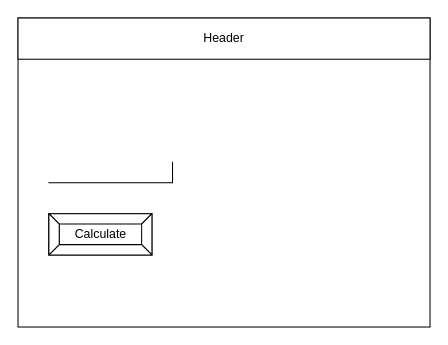
This is design/story-board.drawio from Liya-Getachew/ICS2O-Unit6-03-JSON, a draw.io file, before an edit. Source tidied: cells renumbered, new cells numbered last; positions are measured from the earlier drawing's top-left corner, leaving out a move shared by most shapes. Both pictures are drawn from the tidied source at 103%, with x=0, y=0 at pixel (18, 18).
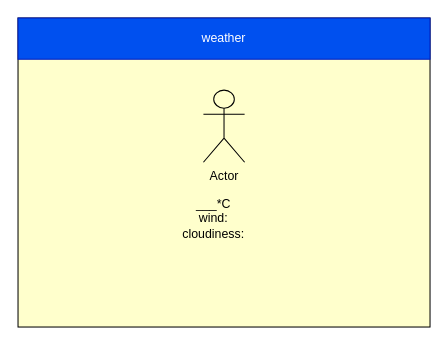
The same diagram, later.

Commit message (it also covers changes not shown here):
board and bg colour

The edit, as a diff of the source:
```diff
@@
 <mxGraphModel>
   <root>
     <mxCell id="0" />
     <mxCell id="1" parent="0" />
-    <mxCell id="2" style="rounded=0;whiteSpace=wrap;html=1;" parent="1" vertex="1">
+    <mxCell id="2" style="rounded=0;whiteSpace=wrap;html=1;fillColor=#FFFFCC;" parent="1" vertex="1">
       <mxGeometry width="400" height="300" as="geometry" />
     </mxCell>
-    <mxCell id="3" value="Header" style="rounded=0;whiteSpace=wrap;html=1;" parent="1" vertex="1">
+    <mxCell id="3" value="weather" style="rounded=0;whiteSpace=wrap;html=1;fillColor=#0050ef;fontColor=#ffffff;strokeColor=#001DBC;" parent="1" vertex="1">
       <mxGeometry width="400" height="40" as="geometry" />
     </mxCell>
-    <mxCell id="4" style="shape=partialRectangle;whiteSpace=wrap;html=1;top=0;left=0;fillColor=none;" parent="1" vertex="1">
-      <mxGeometry x="30" y="140" width="120" height="20" as="geometry" />
-    </mxCell>
-    <mxCell id="5" value="Calculate" style="labelPosition=center;verticalLabelPosition=middle;align=center;html=1;shape=mxgraph.basic.button;dx=10;" parent="1" vertex="1">
-      <mxGeometry x="30" y="190" width="100" height="40" as="geometry" />
+    <mxCell id="5" value="Actor" style="shape=umlActor;verticalLabelPosition=bottom;verticalAlign=top;html=1;fillColor=#FFFFCC;strokeColor=#000000;" parent="1" vertex="1">
+      <mxGeometry x="180" y="70" width="40" height="70" as="geometry" />
     </mxCell>
+    <mxCell id="6" value="___*C&lt;br&gt;wind:&lt;br&gt;cloudiness:" style="text;html=1;strokeColor=none;fillColor=none;align=center;verticalAlign=middle;whiteSpace=wrap;rounded=0;fontColor=#000000;" parent="1" vertex="1">
+      <mxGeometry x="160" y="180" width="60" height="30" as="geometry" />
+    </mxCell>
   </root>
 </mxGraphModel>
```
